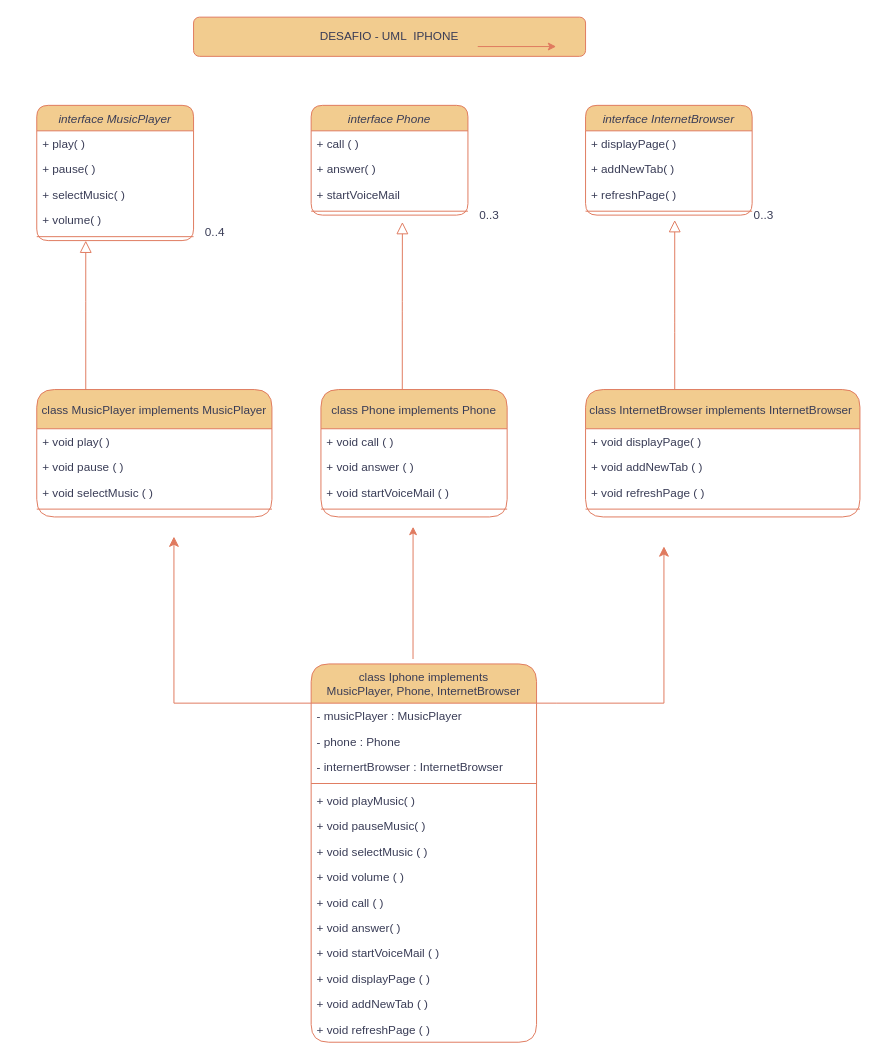
dalleth-martinss/UML-desafio-iphone-dio.me keeps this draw.io diagram as Untitled Diagram.drawio. Above is the earlier version. Source tidied: cells renumbered, new cells numbered last; positions are measured from the earlier drawing's top-left corner, leaving out a move shared by most shapes. Both pictures are drawn from the tidied source at 98%, with x=0, y=0 at pixel (36, 17).
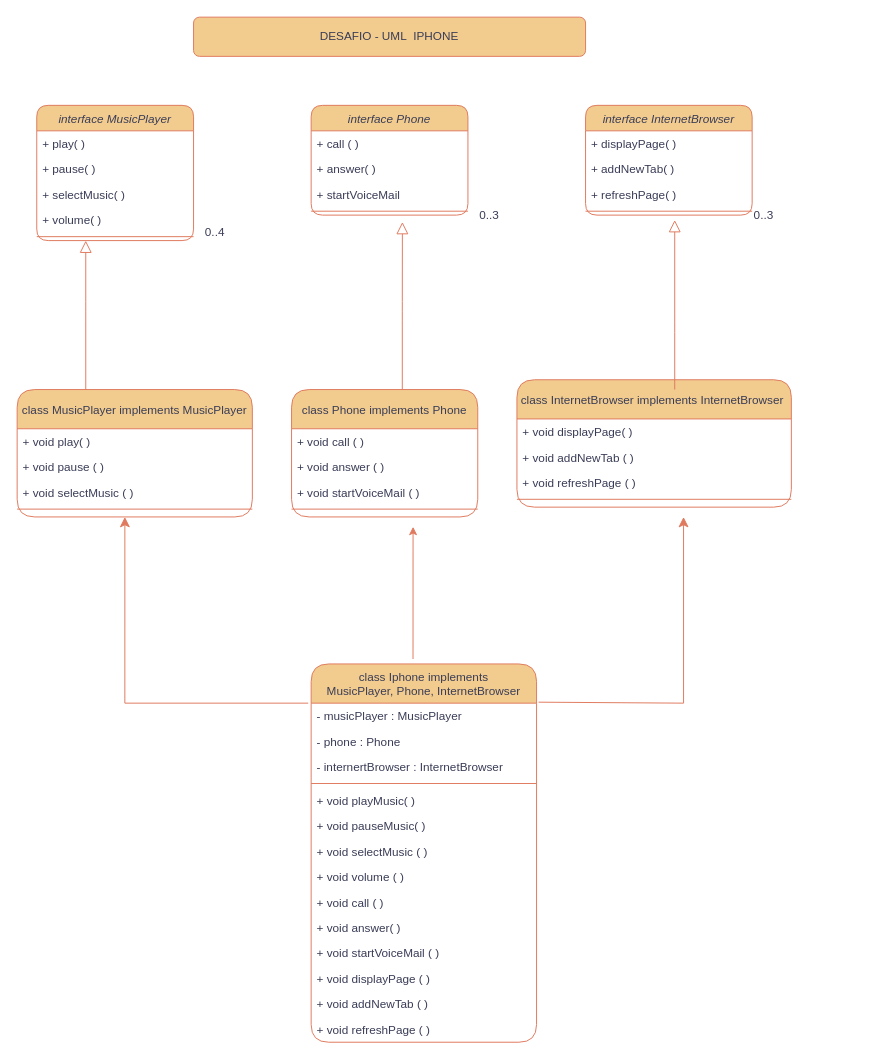
The same diagram, later.

Unchanged cells that the change refers to:
```xml
<mxCell id="12" style="line;html=1;strokeWidth=1;align=left;verticalAlign=middle;spacingTop=-1;spacingLeft=3;spacingRight=3;labelPosition=right;points=[];portConstraint=eastwest;rounded=1;labelBackgroundColor=none;fillColor=#F2CC8F;strokeColor=#E07A5F;fontColor=#393C56;" parent="8" vertex="1">
  <mxGeometry y="118" width="240" height="8" as="geometry" />
</mxCell>
<mxCell id="15" value="- musicPlayer : MusicPlayer&#10;" style="text;align=left;verticalAlign=top;spacingLeft=4;spacingRight=4;overflow=hidden;points=[[0,0.5],[1,0.5]];portConstraint=eastwest;rounded=1;labelBackgroundColor=none;fontColor=#393C56;" parent="14" vertex="1">
  <mxGeometry y="40" width="230" height="26" as="geometry" />
</mxCell>
```

Diff of the diagram source:
```diff
@@
     <mxCell id="8" value="class MusicPlayer implements MusicPlayer" style="swimlane;fontStyle=0;align=center;verticalAlign=middle;horizontal=1;startSize=40;rounded=1;shadow=0;strokeWidth=1;labelBackgroundColor=none;fillColor=#F2CC8F;strokeColor=#E07A5F;fontColor=#393C56;" parent="1" vertex="1">
-      <mxGeometry y="380" width="240" height="130" as="geometry" />
+      <mxGeometry x="-20" y="380" width="240" height="130" as="geometry" />
     </mxCell>
@@
     <mxCell id="42" value="class Phone implements Phone" style="swimlane;fontStyle=0;align=center;verticalAlign=middle;horizontal=1;startSize=40;rounded=1;shadow=0;strokeWidth=1;labelBackgroundColor=none;fillColor=#F2CC8F;strokeColor=#E07A5F;fontColor=#393C56;" parent="1" vertex="1">
-      <mxGeometry x="290" y="380" width="190" height="130" as="geometry" />
+      <mxGeometry x="260" y="380" width="190" height="130" as="geometry" />
     </mxCell>
@@
     <mxCell id="48" value="class InternetBrowser implements InternetBrowser " style="swimlane;fontStyle=0;align=center;verticalAlign=middle;horizontal=1;startSize=40;rounded=1;shadow=0;strokeWidth=1;labelBackgroundColor=none;fillColor=#F2CC8F;strokeColor=#E07A5F;fontColor=#393C56;" parent="1" vertex="1">
-      <mxGeometry x="560" y="380" width="280" height="130" as="geometry" />
+      <mxGeometry x="490" y="370" width="280" height="130" as="geometry" />
     </mxCell>
@@
-    <mxCell id="55" style="edgeStyle=none;orthogonalLoop=1;jettySize=auto;html=1;rounded=1;labelBackgroundColor=none;strokeColor=#E07A5F;fontColor=default;" parent="1" edge="1">
-      <mxGeometry relative="1" as="geometry">
-        <mxPoint x="450" y="30" as="sourcePoint" />
-        <mxPoint x="530" y="30" as="targetPoint" />
-      </mxGeometry>
-    </mxCell>
-    <mxCell id="56" style="edgeStyle=segmentEdgeStyle;endArrow=classic;html=1;curved=0;rounded=0;endSize=8;startSize=8;sourcePerimeterSpacing=0;targetPerimeterSpacing=0;labelBackgroundColor=none;strokeColor=#E07A5F;fontColor=default;" parent="1" edge="1">
+    <mxCell id="56" style="edgeStyle=segmentEdgeStyle;endArrow=classic;html=1;curved=0;rounded=0;endSize=8;startSize=8;sourcePerimeterSpacing=0;targetPerimeterSpacing=0;labelBackgroundColor=none;strokeColor=#E07A5F;fontColor=default;exitX=1.009;exitY=-0.038;exitDx=0;exitDy=0;exitPerimeter=0;" parent="1" edge="1" source="15">
       <mxGeometry relative="1" as="geometry">
-        <mxPoint x="510" y="700" as="sourcePoint" />
-        <mxPoint x="640" y="540" as="targetPoint" />
+        <mxPoint x="660" y="510" as="targetPoint" />
         <Array as="points">
-          <mxPoint x="530" y="700" />
-          <mxPoint x="640" y="700" />
-          <mxPoint x="640" y="600" />
+          <mxPoint x="660" y="700" />
         </Array>
       </mxGeometry>
     </mxCell>
-    <mxCell id="57" style="edgeStyle=segmentEdgeStyle;endArrow=classic;html=1;curved=0;rounded=0;endSize=8;startSize=8;sourcePerimeterSpacing=0;targetPerimeterSpacing=0;labelBackgroundColor=none;strokeColor=#E07A5F;fontColor=default;" parent="1" edge="1">
+    <mxCell id="57" style="edgeStyle=segmentEdgeStyle;endArrow=classic;html=1;curved=0;rounded=0;endSize=8;startSize=8;sourcePerimeterSpacing=0;targetPerimeterSpacing=0;labelBackgroundColor=none;strokeColor=#E07A5F;fontColor=default;exitX=-0.013;exitY=0;exitDx=0;exitDy=0;exitPerimeter=0;entryX=0.458;entryY=1.5;entryDx=0;entryDy=0;entryPerimeter=0;" parent="1" edge="1" source="15" target="12">
       <mxGeometry relative="1" as="geometry">
-        <mxPoint x="280" y="700" as="sourcePoint" />
-        <mxPoint x="140" y="530" as="targetPoint" />
         <Array as="points">
-          <mxPoint x="140" y="700" />
+          <mxPoint x="90" y="700" />
         </Array>
       </mxGeometry>
     </mxCell>
```
